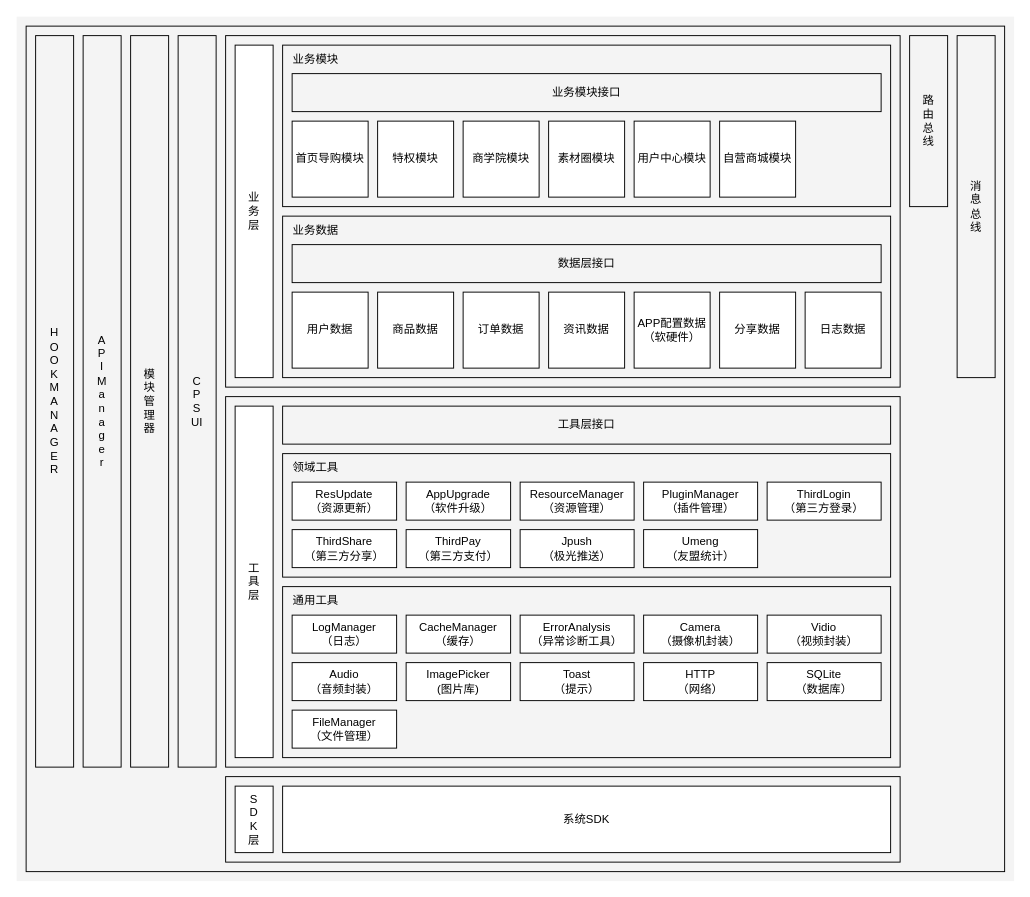
Gamin-fzym/tempResource keeps this draw.io diagram as app框架15.drawio. Above is the earlier version. Source tidied: cells renumbered, new cells numbered last; positions are measured from the earlier drawing's top-left corner, leaving out a move shared by most shapes. Both pictures are drawn from the tidied source at 95%, with x=0, y=0 at pixel (16, 16).
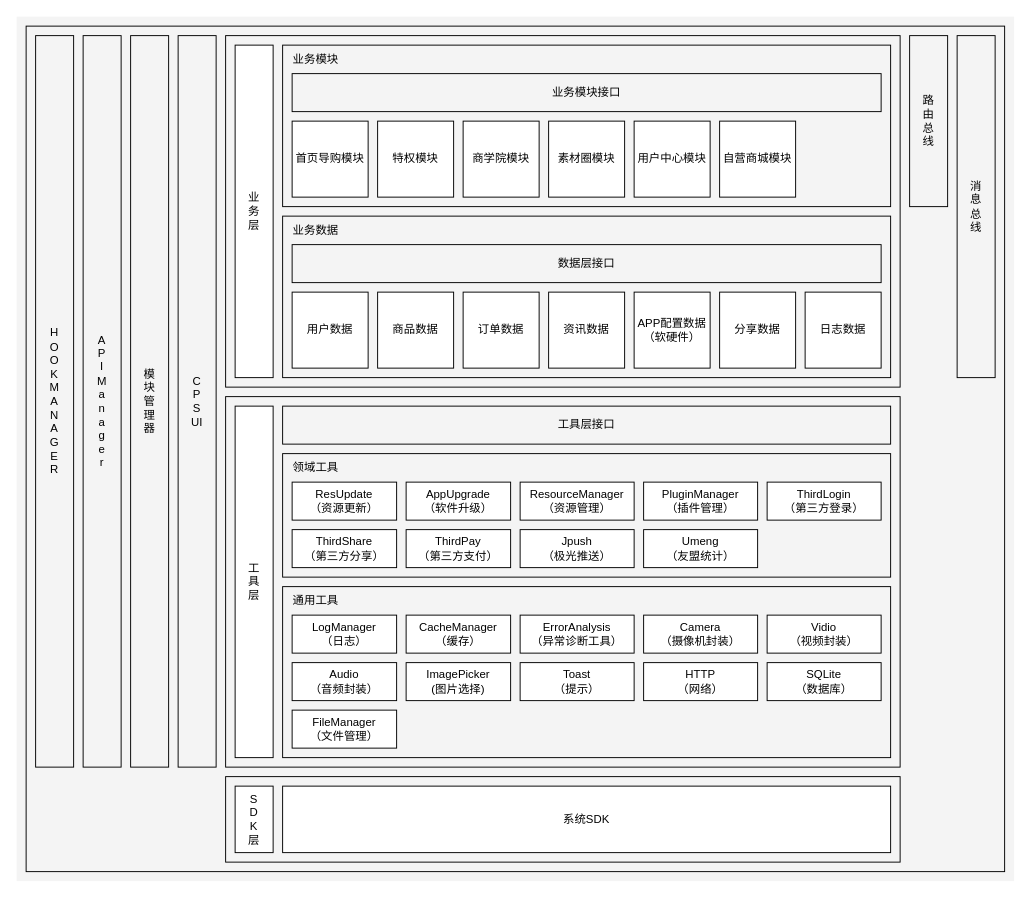
Above is the later version.

The edit, as a diff of the source:
```diff
@@
-    <mxCell id="58" value="ImagePicker&lt;br&gt;(图片库)" style="rounded=0;whiteSpace=wrap;html=1;strokeColor=#000000;" parent="1" vertex="1">
+    <mxCell id="58" value="ImagePicker&lt;br&gt;(图片选择)" style="rounded=0;whiteSpace=wrap;html=1;strokeColor=#000000;" parent="1" vertex="1">
       <mxGeometry x="410" y="680" width="110" height="40" as="geometry" />
     </mxCell>
```
